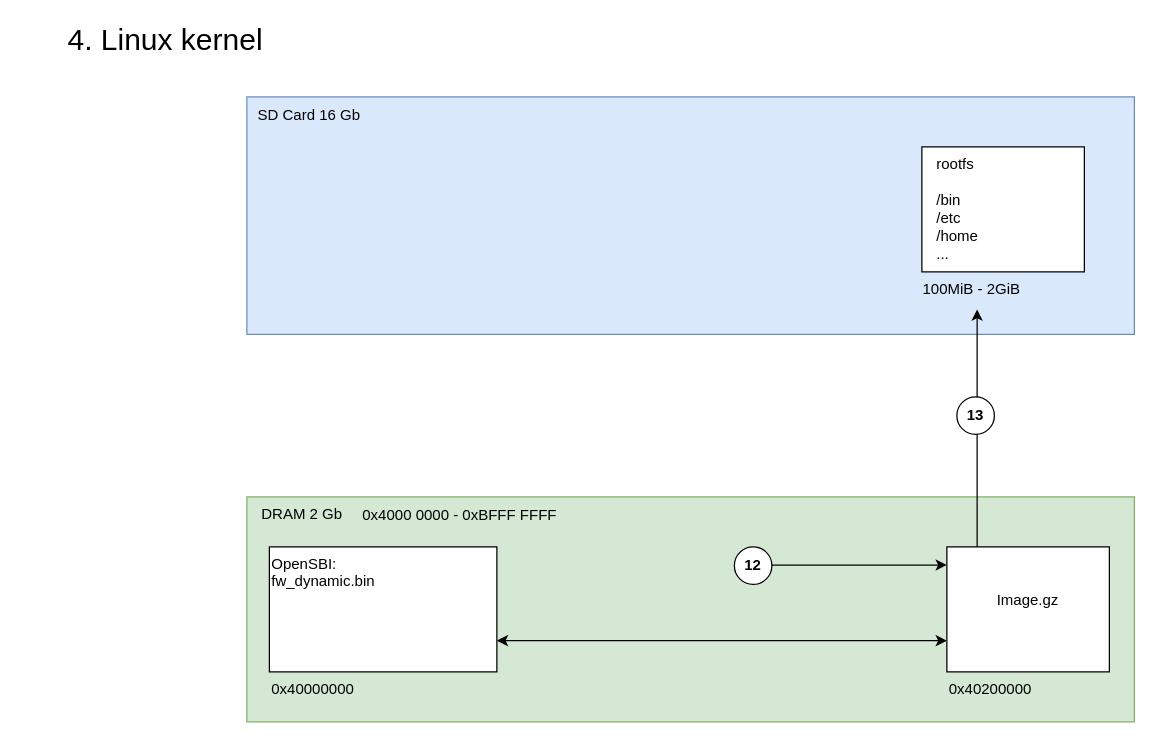
This is documentation/Pics/boot_process_4.drawio from ylyamin/RT-Thread-on-Allwinner-D1H, a draw.io file, before an edit. Source tidied: cells renumbered, new cells numbered last; positions are measured from the earlier drawing's top-left corner, leaving out a move shared by most shapes. Both pictures are drawn from the tidied source at 125%, with x=0, y=0 at pixel (21, 21).
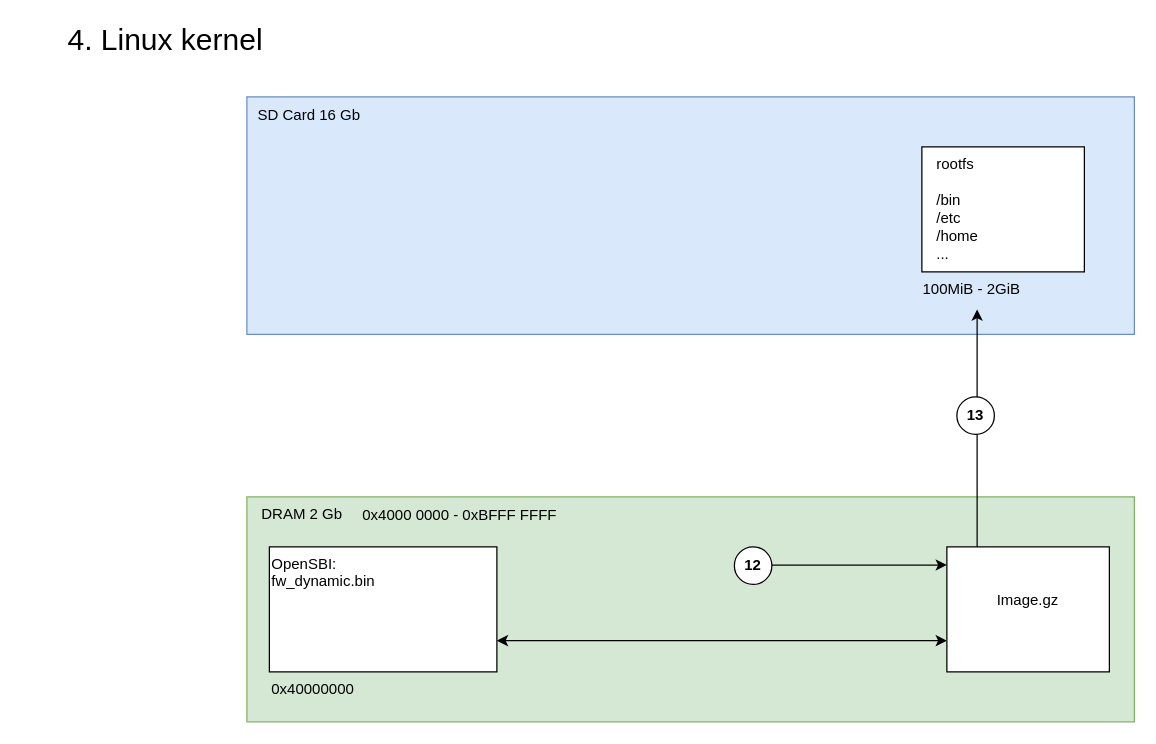
The same diagram, later.

Commit message (it also covers changes not shown here):
improve boot process document

Change to the diagram source:
```diff
@@
-    <mxCell id="18" value="0x40200000" style="text;whiteSpace=wrap;labelBackgroundColor=none;" parent="1" vertex="1">
-      <mxGeometry x="740" y="520" width="100" height="30" as="geometry" />
-    </mxCell>
```
